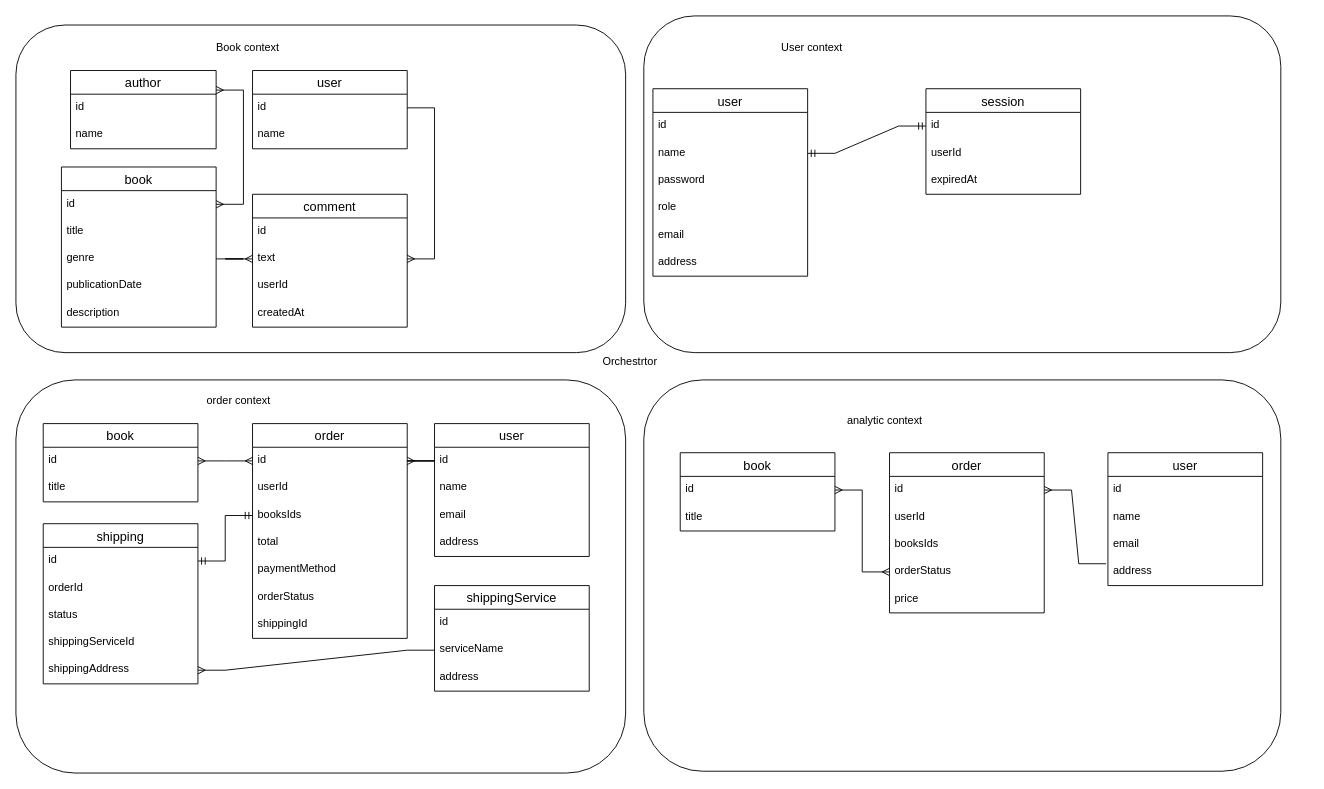
4thwithme/ms_course keeps this draw.io diagram as hw1/domain-model.drawio. Above is the earlier version. Source tidied: cells renumbered, new cells numbered last; positions are measured from the earlier drawing's top-left corner, leaving out a move shared by most shapes. Both pictures are drawn from the tidied source at 91%, with x=0, y=0 at pixel (15, 15).
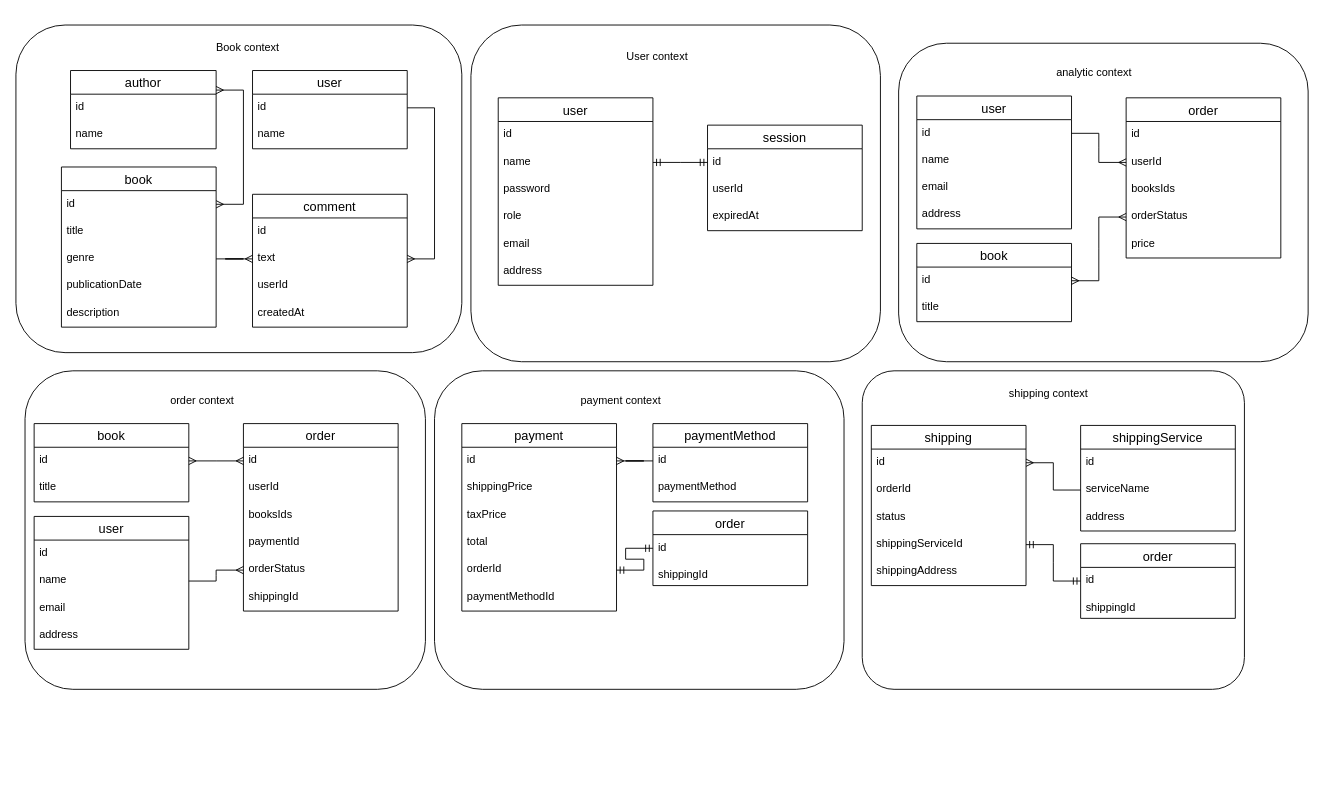
The same diagram, later.

Unchanged cells that the change refers to:
```xml
<mxCell id="14" value="id" style="text;strokeColor=none;fillColor=none;spacingLeft=4;spacingRight=4;overflow=hidden;points=[[0,0.5],[1,0.5]];portConstraint=eastwest;fontSize=12;" parent="13" vertex="1">
  <mxGeometry y="26" width="170" height="30" as="geometry" />
</mxCell>
<mxCell id="19" value="id" style="text;strokeColor=none;fillColor=none;spacingLeft=4;spacingRight=4;overflow=hidden;points=[[0,0.5],[1,0.5]];portConstraint=eastwest;fontSize=12;" parent="18" vertex="1">
  <mxGeometry y="26" width="170" height="30" as="geometry" />
</mxCell>
<mxCell id="21" value="booksIds" style="text;strokeColor=none;fillColor=none;spacingLeft=4;spacingRight=4;overflow=hidden;points=[[0,0.5],[1,0.5]];portConstraint=eastwest;fontSize=12;" parent="18" vertex="1">
  <mxGeometry y="86" width="170" height="30" as="geometry" />
</mxCell>
<mxCell id="28" value="id" style="text;strokeColor=none;fillColor=none;spacingLeft=4;spacingRight=4;overflow=hidden;points=[[0,0.5],[1,0.5]];portConstraint=eastwest;fontSize=12;" parent="27" vertex="1">
  <mxGeometry y="26" width="170" height="30" as="geometry" />
</mxCell>
<mxCell id="31" value="shippingServiceId" style="text;strokeColor=none;fillColor=none;spacingLeft=4;spacingRight=4;overflow=hidden;points=[[0,0.5],[1,0.5]];portConstraint=eastwest;fontSize=12;" parent="27" vertex="1">
  <mxGeometry y="116" width="170" height="30" as="geometry" />
</mxCell>
<mxCell id="32" value="shippingAddress" style="text;strokeColor=none;fillColor=none;spacingLeft=4;spacingRight=4;overflow=hidden;points=[[0,0.5],[1,0.5]];portConstraint=eastwest;fontSize=12;" parent="27" vertex="1">
  <mxGeometry y="146" width="170" height="30" as="geometry" />
</mxCell>
<mxCell id="36" value="serviceName" style="text;strokeColor=none;fillColor=none;spacingLeft=4;spacingRight=4;overflow=hidden;points=[[0,0.5],[1,0.5]];portConstraint=eastwest;fontSize=12;" parent="34" vertex="1">
  <mxGeometry y="56" width="170" height="30" as="geometry" />
</mxCell>
<mxCell id="66" value="id" style="text;strokeColor=none;fillColor=none;spacingLeft=4;spacingRight=4;overflow=hidden;points=[[0,0.5],[1,0.5]];portConstraint=eastwest;fontSize=12;" parent="65" vertex="1">
  <mxGeometry y="26" width="170" height="30" as="geometry" />
</mxCell>
<mxCell id="69" value="address" style="text;strokeColor=none;fillColor=none;spacingLeft=4;spacingRight=4;overflow=hidden;points=[[0,0.5],[1,0.5]];portConstraint=eastwest;fontSize=12;" parent="65" vertex="1">
  <mxGeometry y="116" width="170" height="30" as="geometry" />
</mxCell>
<mxCell id="71" value="id" style="text;strokeColor=none;fillColor=none;spacingLeft=4;spacingRight=4;overflow=hidden;points=[[0,0.5],[1,0.5]];portConstraint=eastwest;fontSize=12;" parent="70" vertex="1">
  <mxGeometry y="26" width="170" height="30" as="geometry" />
</mxCell>
<mxCell id="72" value="userId" style="text;strokeColor=none;fillColor=none;spacingLeft=4;spacingRight=4;overflow=hidden;points=[[0,0.5],[1,0.5]];portConstraint=eastwest;fontSize=12;" parent="70" vertex="1">
  <mxGeometry y="56" width="170" height="30" as="geometry" />
</mxCell>
<mxCell id="74" value="orderStatus" style="text;strokeColor=none;fillColor=none;spacingLeft=4;spacingRight=4;overflow=hidden;points=[[0,0.5],[1,0.5]];portConstraint=eastwest;fontSize=12;" parent="70" vertex="1">
  <mxGeometry y="116" width="170" height="30" as="geometry" />
</mxCell>
<mxCell id="79" value="id" style="text;strokeColor=none;fillColor=none;spacingLeft=4;spacingRight=4;overflow=hidden;points=[[0,0.5],[1,0.5]];portConstraint=eastwest;fontSize=12;" parent="78" vertex="1">
  <mxGeometry y="26" width="170" height="30" as="geometry" />
</mxCell>
```

Diff of the diagram source:
```diff
@@
     <mxCell id="13" value="user" style="swimlane;fontStyle=0;horizontal=1;startSize=26;align=center;fontSize=14;" parent="1" vertex="1">
-      <mxGeometry x="460" y="448" width="170" height="146" as="geometry" />
+      <mxGeometry x="20" y="550" width="170" height="146" as="geometry" />
     </mxCell>
@@
     <mxCell id="18" value="order" style="swimlane;fontStyle=0;horizontal=1;startSize=26;align=center;fontSize=14;" parent="1" vertex="1">
-      <mxGeometry x="260" y="448" width="170" height="236" as="geometry" />
+      <mxGeometry x="250" y="448" width="170" height="206" as="geometry" />
     </mxCell>
@@
-    <mxCell id="22" value="total" style="text;strokeColor=none;fillColor=none;spacingLeft=4;spacingRight=4;overflow=hidden;fontSize=12;" parent="18" vertex="1">
+    <mxCell id="22" value="paymentId" style="text;strokeColor=none;fillColor=none;spacingLeft=4;spacingRight=4;overflow=hidden;fontSize=12;" parent="18" vertex="1">
       <mxGeometry y="116" width="170" height="30" as="geometry" />
     </mxCell>
-    <mxCell id="23" value="paymentMethod" style="text;strokeColor=none;fillColor=none;spacingLeft=4;spacingRight=4;overflow=hidden;fontSize=12;" parent="18" vertex="1">
-      <mxGeometry y="146" width="170" height="30" as="geometry" />
-    </mxCell>
     <mxCell id="24" value="orderStatus" style="text;strokeColor=none;fillColor=none;spacingLeft=4;spacingRight=4;overflow=hidden;points=[[0,0.5],[1,0.5]];portConstraint=eastwest;fontSize=12;" parent="18" vertex="1">
-      <mxGeometry y="176" width="170" height="30" as="geometry" />
+      <mxGeometry y="146" width="170" height="30" as="geometry" />
     </mxCell>
     <mxCell id="25" value="shippingId" style="text;strokeColor=none;fillColor=none;spacingLeft=4;spacingRight=4;overflow=hidden;fontSize=12;" parent="18" vertex="1">
-      <mxGeometry y="206" width="170" height="30" as="geometry" />
+      <mxGeometry y="176" width="170" height="30" as="geometry" />
     </mxCell>
-    <mxCell id="26" style="edgeStyle=entityRelationEdgeStyle;fontSize=12;html=1;endArrow=ERmany;rounded=0;entryX=1;entryY=0.5;entryDx=0;entryDy=0;exitX=0;exitY=0.5;exitDx=0;exitDy=0;" parent="1" edge="1" source="14" target="19">
-      <mxGeometry relative="1" as="geometry" />
+    <mxCell id="26" style="edgeStyle=entityRelationEdgeStyle;fontSize=12;html=1;endArrow=ERmany;rounded=0;entryX=0;entryY=0.5;entryDx=0;entryDy=0;" parent="1" edge="1" target="24">
+      <mxGeometry relative="1" as="geometry">
+        <mxPoint x="190" y="621" as="sourcePoint" />
+      </mxGeometry>
     </mxCell>
     <mxCell id="27" value="shipping" style="swimlane;fontStyle=0;horizontal=1;startSize=26;align=center;fontSize=14;" parent="1" vertex="1">
-      <mxGeometry x="30" y="558" width="170" height="176" as="geometry" />
+      <mxGeometry x="940" y="450" width="170" height="176" as="geometry" />
     </mxCell>
@@
-    <mxCell id="33" style="edgeStyle=entityRelationEdgeStyle;fontSize=12;html=1;endArrow=ERmandOne;startArrow=ERmandOne;rounded=0;entryX=1;entryY=0.5;entryDx=0;entryDy=0;" parent="1" edge="1" source="21" target="28">
-      <mxGeometry relative="1" as="geometry" />
-    </mxCell>
     <mxCell id="34" value="shippingService" style="swimlane;fontStyle=0;horizontal=1;startSize=26;align=center;fontSize=14;" parent="1" vertex="1">
-      <mxGeometry x="460" y="626" width="170" height="116" as="geometry" />
+      <mxGeometry x="1170" y="450" width="170" height="116" as="geometry" />
     </mxCell>
@@
-    <mxCell id="38" style="edgeStyle=entityRelationEdgeStyle;fontSize=12;html=1;endArrow=ERmany;rounded=0;exitX=0;exitY=0.5;exitDx=0;exitDy=0;entryX=1;entryY=0.5;entryDx=0;entryDy=0;" parent="1" edge="1" source="36" target="32">
+    <mxCell id="38" style="edgeStyle=entityRelationEdgeStyle;fontSize=12;html=1;endArrow=ERmany;rounded=0;exitX=0;exitY=0.5;exitDx=0;exitDy=0;entryX=1;entryY=0.5;entryDx=0;entryDy=0;" parent="1" edge="1" source="36" target="28">
       <mxGeometry relative="1" as="geometry" />
     </mxCell>
@@
     <mxCell id="40" value="User context" style="text;html=1;strokeColor=none;fillColor=none;align=center;verticalAlign=middle;whiteSpace=wrap;rounded=0;" parent="1" vertex="1">
-      <mxGeometry x="810" y="20" width="130" height="30" as="geometry" />
+      <mxGeometry x="640" y="30" width="130" height="30" as="geometry" />
     </mxCell>
     <mxCell id="41" value="order context" style="text;html=1;strokeColor=none;fillColor=none;align=center;verticalAlign=middle;whiteSpace=wrap;rounded=0;" parent="1" vertex="1">
-      <mxGeometry x="180" y="408" width="130" height="30" as="geometry" />
+      <mxGeometry x="140" y="408" width="130" height="30" as="geometry" />
     </mxCell>
@@
     <mxCell id="51" value="user" style="swimlane;fontStyle=0;horizontal=1;startSize=26;align=center;fontSize=14;" parent="1" vertex="1">
-      <mxGeometry x="700" y="80" width="170" height="206" as="geometry" />
+      <mxGeometry x="530" y="90" width="170" height="206" as="geometry" />
     </mxCell>
@@
     <mxCell id="58" value="book" style="swimlane;fontStyle=0;horizontal=1;startSize=26;align=center;fontSize=14;" parent="1" vertex="1">
-      <mxGeometry x="30" y="448" width="170" height="86" as="geometry" />
+      <mxGeometry x="20" y="448" width="170" height="86" as="geometry" />
     </mxCell>
@@
     <mxCell id="62" style="rounded=1;whiteSpace=wrap;html=1;fillColor=none;" parent="1" vertex="1">
-      <mxGeometry x="690" width="700" height="370" as="geometry" />
+      <mxGeometry x="500" y="10" width="450" height="370" as="geometry" />
     </mxCell>
     <mxCell id="63" style="rounded=1;whiteSpace=wrap;html=1;fillColor=none;" parent="1" vertex="1">
-      <mxGeometry y="10" width="670" height="360" as="geometry" />
+      <mxGeometry y="10" width="490" height="360" as="geometry" />
     </mxCell>
     <mxCell id="64" style="rounded=1;whiteSpace=wrap;html=1;fillColor=none;" parent="1" vertex="1">
-      <mxGeometry y="400" width="670" height="432" as="geometry" />
+      <mxGeometry x="970" y="30" width="450" height="350" as="geometry" />
     </mxCell>
     <mxCell id="65" value="user" style="swimlane;fontStyle=0;horizontal=1;startSize=26;align=center;fontSize=14;" parent="1" vertex="1">
-      <mxGeometry x="1200" y="480" width="170" height="146" as="geometry" />
+      <mxGeometry x="990" y="88" width="170" height="146" as="geometry" />
     </mxCell>
@@
     <mxCell id="70" value="order" style="swimlane;fontStyle=0;horizontal=1;startSize=26;align=center;fontSize=14;" parent="1" vertex="1">
-      <mxGeometry x="960" y="480" width="170" height="176" as="geometry" />
+      <mxGeometry x="1220" y="90" width="170" height="176" as="geometry" />
     </mxCell>
@@
-    <mxCell id="76" style="edgeStyle=entityRelationEdgeStyle;fontSize=12;html=1;endArrow=ERmany;rounded=0;exitX=-0.012;exitY=0.2;exitDx=0;exitDy=0;entryX=1;entryY=0.5;entryDx=0;entryDy=0;exitPerimeter=0;" parent="1" edge="1" source="69" target="71">
+    <mxCell id="76" style="edgeStyle=entityRelationEdgeStyle;fontSize=12;html=1;endArrow=ERmany;rounded=0;entryX=0;entryY=0.5;entryDx=0;entryDy=0;exitX=1;exitY=0.5;exitDx=0;exitDy=0;" parent="1" edge="1" source="66" target="72">
       <mxGeometry relative="1" as="geometry" />
     </mxCell>
     <mxCell id="77" value="analytic context" style="text;html=1;strokeColor=none;fillColor=none;align=center;verticalAlign=middle;whiteSpace=wrap;rounded=0;" parent="1" vertex="1">
-      <mxGeometry x="890" y="430" width="130" height="30" as="geometry" />
+      <mxGeometry x="1120" y="48" width="130" height="30" as="geometry" />
     </mxCell>
     <mxCell id="78" value="book" style="swimlane;fontStyle=0;horizontal=1;startSize=26;align=center;fontSize=14;" parent="1" vertex="1">
-      <mxGeometry x="730" y="480" width="170" height="86" as="geometry" />
+      <mxGeometry x="990" y="250" width="170" height="86" as="geometry" />
     </mxCell>
@@
-    <mxCell id="81" style="edgeStyle=entityRelationEdgeStyle;fontSize=12;html=1;endArrow=ERmany;startArrow=ERmany;rounded=0;entryX=0;entryY=0.5;entryDx=0;entryDy=0;" parent="1" edge="1" source="79" target="74">
+    <mxCell id="81" style="edgeStyle=entityRelationEdgeStyle;fontSize=12;html=1;endArrow=ERmany;startArrow=ERmany;rounded=0;entryX=0;entryY=0.5;entryDx=0;entryDy=0;exitX=1;exitY=0.5;exitDx=0;exitDy=0;" parent="1" edge="1" source="79" target="74">
       <mxGeometry relative="1" as="geometry" />
     </mxCell>
     <mxCell id="82" style="rounded=1;whiteSpace=wrap;html=1;fillColor=none;" parent="1" vertex="1">
-      <mxGeometry x="690" y="400" width="700" height="430" as="geometry" />
+      <mxGeometry x="460" y="390" width="450" height="350" as="geometry" />
     </mxCell>
     <mxCell id="83" value="session" style="swimlane;fontStyle=0;horizontal=1;startSize=26;align=center;fontSize=14;" parent="1" vertex="1">
-      <mxGeometry x="1000" y="80" width="170" height="116" as="geometry" />
+      <mxGeometry x="760" y="120" width="170" height="116" as="geometry" />
     </mxCell>
@@
-    <mxCell id="88" value="Orchestrtor" style="text;html=1;strokeColor=none;fillColor=none;align=center;verticalAlign=middle;whiteSpace=wrap;rounded=0;" parent="1" vertex="1">
-      <mxGeometry x="645" y="365" width="60" height="30" as="geometry" />
-    </mxCell>
+    <mxCell id="89" value="shipping context" style="text;html=1;strokeColor=none;fillColor=none;align=center;verticalAlign=middle;whiteSpace=wrap;rounded=0;" parent="1" vertex="1">
+      <mxGeometry x="1070" y="400" width="130" height="30" as="geometry" />
+    </mxCell>
+    <mxCell id="90" value="payment" style="swimlane;fontStyle=0;horizontal=1;startSize=26;align=center;fontSize=14;" parent="1" vertex="1">
+      <mxGeometry x="490" y="448" width="170" height="206" as="geometry" />
+    </mxCell>
+    <mxCell id="91" value="id" style="text;strokeColor=none;fillColor=none;spacingLeft=4;spacingRight=4;overflow=hidden;points=[[0,0.5],[1,0.5]];portConstraint=eastwest;fontSize=12;" parent="90" vertex="1">
+      <mxGeometry y="26" width="170" height="30" as="geometry" />
+    </mxCell>
+    <mxCell id="92" value="shippingPrice&#10;" style="text;strokeColor=none;fillColor=none;spacingLeft=4;spacingRight=4;overflow=hidden;fontSize=12;" parent="90" vertex="1">
+      <mxGeometry y="56" width="170" height="30" as="geometry" />
+    </mxCell>
+    <mxCell id="93" value="taxPrice" style="text;strokeColor=none;fillColor=none;spacingLeft=4;spacingRight=4;overflow=hidden;fontSize=12;" parent="90" vertex="1">
+      <mxGeometry y="86" width="170" height="30" as="geometry" />
+    </mxCell>
+    <mxCell id="94" value="total" style="text;strokeColor=none;fillColor=none;spacingLeft=4;spacingRight=4;overflow=hidden;fontSize=12;" parent="90" vertex="1">
+      <mxGeometry y="116" width="170" height="30" as="geometry" />
+    </mxCell>
+    <mxCell id="95" value="orderId" style="text;strokeColor=none;fillColor=none;spacingLeft=4;spacingRight=4;overflow=hidden;points=[[0,0.5],[1,0.5]];portConstraint=eastwest;fontSize=12;" parent="90" vertex="1">
+      <mxGeometry y="146" width="170" height="30" as="geometry" />
+    </mxCell>
+    <mxCell id="96" value="paymentMethodId" style="text;strokeColor=none;fillColor=none;spacingLeft=4;spacingRight=4;overflow=hidden;fontSize=12;" parent="90" vertex="1">
+      <mxGeometry y="176" width="170" height="30" as="geometry" />
+    </mxCell>
+    <mxCell id="97" value="paymentMethod" style="swimlane;fontStyle=0;horizontal=1;startSize=26;align=center;fontSize=14;" parent="1" vertex="1">
+      <mxGeometry x="700" y="448" width="170" height="86" as="geometry" />
+    </mxCell>
+    <mxCell id="98" value="id" style="text;strokeColor=none;fillColor=none;spacingLeft=4;spacingRight=4;overflow=hidden;points=[[0,0.5],[1,0.5]];portConstraint=eastwest;fontSize=12;" parent="97" vertex="1">
+      <mxGeometry y="26" width="170" height="30" as="geometry" />
+    </mxCell>
+    <mxCell id="23" value="paymentMethod" style="text;strokeColor=none;fillColor=none;spacingLeft=4;spacingRight=4;overflow=hidden;fontSize=12;" parent="97" vertex="1">
+      <mxGeometry y="56" width="170" height="30" as="geometry" />
+    </mxCell>
+    <mxCell id="99" style="edgeStyle=entityRelationEdgeStyle;fontSize=12;html=1;endArrow=ERmany;rounded=0;exitX=0;exitY=0.5;exitDx=0;exitDy=0;entryX=1;entryY=0.5;entryDx=0;entryDy=0;" parent="1" edge="1" source="98" target="91">
+      <mxGeometry relative="1" as="geometry" />
+    </mxCell>
+    <mxCell id="100" value="payment context" style="text;html=1;strokeColor=none;fillColor=none;align=center;verticalAlign=middle;whiteSpace=wrap;rounded=0;" parent="1" vertex="1">
+      <mxGeometry x="600" y="408" width="130" height="30" as="geometry" />
+    </mxCell>
+    <mxCell id="101" style="rounded=1;whiteSpace=wrap;html=1;fillColor=none;arcSize=10;" parent="1" vertex="1">
+      <mxGeometry x="930" y="390" width="420" height="350" as="geometry" />
+    </mxCell>
+    <mxCell id="102" style="rounded=1;whiteSpace=wrap;html=1;fillColor=none;" parent="1" vertex="1">
+      <mxGeometry x="10" y="390" width="440" height="350" as="geometry" />
+    </mxCell>
+    <mxCell id="103" value="order" style="swimlane;fontStyle=0;horizontal=1;startSize=26;align=center;fontSize=14;" parent="1" vertex="1">
+      <mxGeometry x="1170" y="580" width="170" height="82" as="geometry" />
+    </mxCell>
+    <mxCell id="104" value="id" style="text;strokeColor=none;fillColor=none;spacingLeft=4;spacingRight=4;overflow=hidden;points=[[0,0.5],[1,0.5]];portConstraint=eastwest;fontSize=12;" parent="103" vertex="1">
+      <mxGeometry y="26" width="170" height="30" as="geometry" />
+    </mxCell>
+    <mxCell id="105" value="shippingId" style="text;strokeColor=none;fillColor=none;spacingLeft=4;spacingRight=4;overflow=hidden;fontSize=12;" parent="103" vertex="1">
+      <mxGeometry y="56" width="170" height="26" as="geometry" />
+    </mxCell>
+    <mxCell id="106" style="edgeStyle=entityRelationEdgeStyle;fontSize=12;html=1;endArrow=ERmandOne;startArrow=ERmandOne;rounded=0;exitX=1;exitY=0.5;exitDx=0;exitDy=0;entryX=0;entryY=0.5;entryDx=0;entryDy=0;" parent="1" edge="1" source="31" target="104">
+      <mxGeometry relative="1" as="geometry" />
+    </mxCell>
+    <mxCell id="107" value="order" style="swimlane;fontStyle=0;horizontal=1;startSize=26;align=center;fontSize=14;" parent="1" vertex="1">
+      <mxGeometry x="700" y="544" width="170" height="82" as="geometry" />
+    </mxCell>
+    <mxCell id="108" value="id" style="text;strokeColor=none;fillColor=none;spacingLeft=4;spacingRight=4;overflow=hidden;points=[[0,0.5],[1,0.5]];portConstraint=eastwest;fontSize=12;" parent="107" vertex="1">
+      <mxGeometry y="26" width="170" height="30" as="geometry" />
+    </mxCell>
+    <mxCell id="109" value="shippingId" style="text;strokeColor=none;fillColor=none;spacingLeft=4;spacingRight=4;overflow=hidden;fontSize=12;" parent="107" vertex="1">
+      <mxGeometry y="56" width="170" height="26" as="geometry" />
+    </mxCell>
+    <mxCell id="110" style="edgeStyle=entityRelationEdgeStyle;fontSize=12;html=1;endArrow=ERmandOne;startArrow=ERmandOne;rounded=0;exitX=1;exitY=0.5;exitDx=0;exitDy=0;entryX=0;entryY=0.5;entryDx=0;entryDy=0;" parent="1" edge="1" source="95" target="108">
+      <mxGeometry relative="1" as="geometry" />
+    </mxCell>
```
